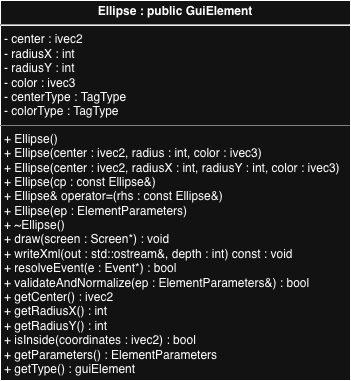
cgreen2048/ArtHuddle keeps this draw.io diagram as images/Ellipse_UML.png. Above is the earlier version. Source tidied: cells renumbered, new cells last; positions are measured from the earlier drawing's top-left corner, leaving out a move shared by most shapes.
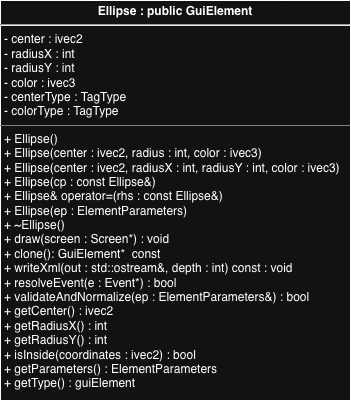
Later version of the same file.

Diff of the diagram source:
```diff
@@ -2,8 +2,8 @@
   <root>
     <mxCell id="0" />
     <mxCell id="1" parent="0" />
-    <mxCell id="2" value="&lt;p style=&quot;margin:0px;margin-top:4px;text-align:center;&quot;&gt;&lt;b&gt;Ellipse : public GuiElement&lt;/b&gt;&lt;/p&gt;&lt;hr&gt;&lt;p style=&quot;margin:0px;margin-left:4px;&quot;&gt;- center :&amp;nbsp;&lt;span style=&quot;background-color: transparent; color: light-dark(rgb(0, 0, 0), rgb(255, 255, 255));&quot;&gt;ivec2&lt;/span&gt;&lt;/p&gt;&lt;p style=&quot;margin:0px;margin-left:4px;&quot;&gt;- radiusX : int&lt;/p&gt;&lt;p style=&quot;margin:0px;margin-left:4px;&quot;&gt;- radiusY : int&lt;/p&gt;&lt;p style=&quot;margin:0px;margin-left:4px;&quot;&gt;- color : ivec3&lt;/p&gt;&lt;p style=&quot;margin:0px;margin-left:4px;&quot;&gt;- centerType :&amp;nbsp;&lt;span style=&quot;background-color: transparent; color: light-dark(rgb(0, 0, 0), rgb(255, 255, 255));&quot;&gt;TagType&lt;/span&gt;&lt;/p&gt;&lt;p style=&quot;margin:0px;margin-left:4px;&quot;&gt;- colorType : TagType&lt;/p&gt;&lt;hr size=&quot;1&quot; style=&quot;border-style:solid;&quot;&gt;&lt;p style=&quot;margin:0px;margin-left:4px;&quot;&gt;+ Ellipse()&lt;/p&gt;&lt;p style=&quot;margin:0px;margin-left:4px;&quot;&gt;&lt;span style=&quot;background-color: transparent; color: light-dark(rgb(0, 0, 0), rgb(255, 255, 255));&quot;&gt;+&lt;/span&gt;&lt;span style=&quot;background-color: transparent; color: light-dark(rgb(0, 0, 0), rgb(255, 255, 255));&quot;&gt;&amp;nbsp;&lt;/span&gt;Ellipse(center : ivec2, radius : int, color : ivec3)&lt;/p&gt;&lt;p style=&quot;margin:0px;margin-left:4px;&quot;&gt;&lt;span style=&quot;background-color: transparent; color: light-dark(rgb(0, 0, 0), rgb(255, 255, 255));&quot;&gt;+&lt;/span&gt;&lt;span style=&quot;background-color: transparent; color: light-dark(rgb(0, 0, 0), rgb(255, 255, 255));&quot;&gt;&amp;nbsp;&lt;/span&gt;Ellipse(center : ivec2, radiusX : int, radiusY : int, color : ivec3)&lt;/p&gt;&lt;p style=&quot;margin:0px;margin-left:4px;&quot;&gt;&lt;span style=&quot;background-color: transparent; color: light-dark(rgb(0, 0, 0), rgb(255, 255, 255));&quot;&gt;+&lt;/span&gt;&lt;span style=&quot;background-color: transparent; color: light-dark(rgb(0, 0, 0), rgb(255, 255, 255));&quot;&gt;&amp;nbsp;&lt;/span&gt;Ellipse(cp :&amp;nbsp;&lt;span style=&quot;background-color: transparent; color: light-dark(rgb(0, 0, 0), rgb(255, 255, 255));&quot;&gt;const Ellipse&amp;amp;&lt;/span&gt;&lt;span style=&quot;background-color: transparent; color: light-dark(rgb(0, 0, 0), rgb(255, 255, 255));&quot;&gt;)&lt;/span&gt;&lt;/p&gt;&lt;p style=&quot;margin:0px;margin-left:4px;&quot;&gt;&lt;span style=&quot;background-color: transparent; color: light-dark(rgb(0, 0, 0), rgb(255, 255, 255));&quot;&gt;+&lt;/span&gt;&lt;span style=&quot;background-color: transparent; color: light-dark(rgb(0, 0, 0), rgb(255, 255, 255));&quot;&gt;&amp;nbsp;&lt;/span&gt;Ellipse&amp;amp; operator=(rhs :&amp;nbsp;&lt;span style=&quot;background-color: transparent; color: light-dark(rgb(0, 0, 0), rgb(255, 255, 255));&quot;&gt;const Ellipse&amp;amp;&lt;/span&gt;&lt;span style=&quot;background-color: transparent; color: light-dark(rgb(0, 0, 0), rgb(255, 255, 255));&quot;&gt;)&lt;/span&gt;&lt;/p&gt;&lt;p style=&quot;margin:0px;margin-left:4px;&quot;&gt;&lt;span style=&quot;background-color: transparent; color: light-dark(rgb(0, 0, 0), rgb(255, 255, 255));&quot;&gt;+&lt;/span&gt;&lt;span style=&quot;background-color: transparent; color: light-dark(rgb(0, 0, 0), rgb(255, 255, 255));&quot;&gt;&amp;nbsp;&lt;/span&gt;Ellipse(ep :&amp;nbsp;&lt;span style=&quot;background-color: transparent; color: light-dark(rgb(0, 0, 0), rgb(255, 255, 255));&quot;&gt;ElementParameters&lt;/span&gt;&lt;span style=&quot;background-color: transparent; color: light-dark(rgb(0, 0, 0), rgb(255, 255, 255));&quot;&gt;)&lt;/span&gt;&lt;/p&gt;&lt;p style=&quot;margin:0px;margin-left:4px;&quot;&gt;&lt;span style=&quot;background-color: transparent; color: light-dark(rgb(0, 0, 0), rgb(255, 255, 255));&quot;&gt;+&lt;/span&gt;&lt;span style=&quot;background-color: transparent; color: light-dark(rgb(0, 0, 0), rgb(255, 255, 255));&quot;&gt;&amp;nbsp;&lt;/span&gt;~Ellipse()&lt;/p&gt;&lt;p style=&quot;margin:0px;margin-left:4px;&quot;&gt;&lt;span style=&quot;background-color: transparent; color: light-dark(rgb(0, 0, 0), rgb(255, 255, 255));&quot;&gt;+&lt;/span&gt;&lt;span style=&quot;background-color: transparent; color: light-dark(rgb(0, 0, 0), rgb(255, 255, 255));&quot;&gt;&amp;nbsp;&lt;/span&gt;draw(screen :&amp;nbsp;&lt;span style=&quot;background-color: transparent; color: light-dark(rgb(0, 0, 0), rgb(255, 255, 255));&quot;&gt;Screen*&lt;/span&gt;&lt;span style=&quot;background-color: transparent; color: light-dark(rgb(0, 0, 0), rgb(255, 255, 255));&quot;&gt;) : void&lt;/span&gt;&lt;/p&gt;&lt;p style=&quot;margin:0px;margin-left:4px;&quot;&gt;&lt;span style=&quot;background-color: transparent; color: light-dark(rgb(0, 0, 0), rgb(255, 255, 255));&quot;&gt;+&lt;/span&gt;&lt;span style=&quot;background-color: transparent; color: light-dark(rgb(0, 0, 0), rgb(255, 255, 255));&quot;&gt;&amp;nbsp;&lt;/span&gt;writeXml(out :&amp;nbsp;&lt;span style=&quot;background-color: transparent; color: light-dark(rgb(0, 0, 0), rgb(255, 255, 255));&quot;&gt;std::ostream&amp;amp;&lt;/span&gt;&lt;span style=&quot;background-color: transparent; color: light-dark(rgb(0, 0, 0), rgb(255, 255, 255));&quot;&gt;, depth :&amp;nbsp;&lt;/span&gt;&lt;span style=&quot;background-color: transparent; color: light-dark(rgb(0, 0, 0), rgb(255, 255, 255));&quot;&gt;int&lt;/span&gt;&lt;span style=&quot;background-color: transparent; color: light-dark(rgb(0, 0, 0), rgb(255, 255, 255));&quot;&gt;) const :&amp;nbsp;&lt;/span&gt;&lt;span style=&quot;background-color: transparent; color: light-dark(rgb(0, 0, 0), rgb(255, 255, 255));&quot;&gt;void&lt;/span&gt;&lt;/p&gt;&lt;p style=&quot;margin:0px;margin-left:4px;&quot;&gt;&lt;span style=&quot;background-color: transparent; color: light-dark(rgb(0, 0, 0), rgb(255, 255, 255));&quot;&gt;+&lt;/span&gt;&lt;span style=&quot;background-color: transparent; color: light-dark(rgb(0, 0, 0), rgb(255, 255, 255));&quot;&gt;&amp;nbsp;&lt;/span&gt;resolveEvent(e :&amp;nbsp;&lt;span style=&quot;background-color: transparent; color: light-dark(rgb(0, 0, 0), rgb(255, 255, 255));&quot;&gt;Event*&lt;/span&gt;&lt;span style=&quot;background-color: transparent; color: light-dark(rgb(0, 0, 0), rgb(255, 255, 255));&quot;&gt;) : bool&lt;/span&gt;&lt;/p&gt;&lt;p style=&quot;margin:0px;margin-left:4px;&quot;&gt;&lt;span style=&quot;background-color: transparent; color: light-dark(rgb(0, 0, 0), rgb(255, 255, 255));&quot;&gt;+&lt;/span&gt;&lt;span style=&quot;background-color: transparent; color: light-dark(rgb(0, 0, 0), rgb(255, 255, 255));&quot;&gt;&amp;nbsp;validateAndNormalize&lt;/span&gt;(ep :&amp;nbsp;&lt;span style=&quot;background-color: transparent; color: light-dark(rgb(0, 0, 0), rgb(255, 255, 255));&quot;&gt;ElementParameters&amp;amp;&lt;/span&gt;&lt;span style=&quot;background-color: transparent; color: light-dark(rgb(0, 0, 0), rgb(255, 255, 255));&quot;&gt;) : bool&lt;/span&gt;&lt;/p&gt;&lt;p style=&quot;margin:0px;margin-left:4px;&quot;&gt;&lt;span style=&quot;background-color: transparent; color: light-dark(rgb(0, 0, 0), rgb(255, 255, 255));&quot;&gt;+&lt;/span&gt;&lt;span style=&quot;background-color: transparent; color: light-dark(rgb(0, 0, 0), rgb(255, 255, 255));&quot;&gt;&amp;nbsp;&lt;/span&gt;getCenter() : ivec2&lt;/p&gt;&lt;p style=&quot;margin:0px;margin-left:4px;&quot;&gt;&lt;span style=&quot;background-color: transparent; color: light-dark(rgb(0, 0, 0), rgb(255, 255, 255));&quot;&gt;+&lt;/span&gt;&lt;span style=&quot;background-color: transparent; color: light-dark(rgb(0, 0, 0), rgb(255, 255, 255));&quot;&gt;&amp;nbsp;&lt;/span&gt;getRadiusX() : int&lt;/p&gt;&lt;p style=&quot;margin:0px;margin-left:4px;&quot;&gt;&lt;span style=&quot;background-color: transparent; color: light-dark(rgb(0, 0, 0), rgb(255, 255, 255));&quot;&gt;+&lt;/span&gt;&lt;span style=&quot;background-color: transparent; color: light-dark(rgb(0, 0, 0), rgb(255, 255, 255));&quot;&gt;&amp;nbsp;&lt;/span&gt;getRadiusY() : int&lt;/p&gt;&lt;p style=&quot;margin:0px;margin-left:4px;&quot;&gt;&lt;span style=&quot;background-color: transparent; color: light-dark(rgb(0, 0, 0), rgb(255, 255, 255));&quot;&gt;+&lt;/span&gt;&lt;span style=&quot;background-color: transparent; color: light-dark(rgb(0, 0, 0), rgb(255, 255, 255));&quot;&gt;&amp;nbsp;&lt;/span&gt;isInside(coordinates :&amp;nbsp;&lt;span style=&quot;background-color: transparent; color: light-dark(rgb(0, 0, 0), rgb(255, 255, 255));&quot;&gt;ivec2&lt;/span&gt;&lt;span style=&quot;background-color: transparent; color: light-dark(rgb(0, 0, 0), rgb(255, 255, 255));&quot;&gt;) : bool&lt;/span&gt;&lt;/p&gt;&lt;p style=&quot;margin: 0px 0px 0px 4px;&quot;&gt;&lt;span style=&quot;background-color: transparent;&quot;&gt;+ getParameters() : ElementParameters&lt;/span&gt;&lt;/p&gt;&lt;p style=&quot;margin: 0px 0px 0px 4px;&quot;&gt;&lt;span style=&quot;background-color: transparent;&quot;&gt;+ getType() : guiElement&lt;/span&gt;&lt;/p&gt;" style="verticalAlign=top;align=left;overflow=fill;html=1;whiteSpace=wrap;" parent="1" vertex="1">
-      <mxGeometry width="350" height="380" as="geometry" />
+    <mxCell id="2" value="&lt;p style=&quot;margin:0px;margin-top:4px;text-align:center;&quot;&gt;&lt;b&gt;Ellipse : public GuiElement&lt;/b&gt;&lt;/p&gt;&lt;hr&gt;&lt;p style=&quot;margin:0px;margin-left:4px;&quot;&gt;- center :&amp;nbsp;&lt;span style=&quot;background-color: transparent; color: light-dark(rgb(0, 0, 0), rgb(255, 255, 255));&quot;&gt;ivec2&lt;/span&gt;&lt;/p&gt;&lt;p style=&quot;margin:0px;margin-left:4px;&quot;&gt;- radiusX : int&lt;/p&gt;&lt;p style=&quot;margin:0px;margin-left:4px;&quot;&gt;- radiusY : int&lt;/p&gt;&lt;p style=&quot;margin:0px;margin-left:4px;&quot;&gt;- color : ivec3&lt;/p&gt;&lt;p style=&quot;margin:0px;margin-left:4px;&quot;&gt;- centerType :&amp;nbsp;&lt;span style=&quot;background-color: transparent; color: light-dark(rgb(0, 0, 0), rgb(255, 255, 255));&quot;&gt;TagType&lt;/span&gt;&lt;/p&gt;&lt;p style=&quot;margin:0px;margin-left:4px;&quot;&gt;- colorType : TagType&lt;/p&gt;&lt;hr size=&quot;1&quot; style=&quot;border-style:solid;&quot;&gt;&lt;p style=&quot;margin:0px;margin-left:4px;&quot;&gt;+ Ellipse()&lt;/p&gt;&lt;p style=&quot;margin:0px;margin-left:4px;&quot;&gt;&lt;span style=&quot;background-color: transparent; color: light-dark(rgb(0, 0, 0), rgb(255, 255, 255));&quot;&gt;+&lt;/span&gt;&lt;span style=&quot;background-color: transparent; color: light-dark(rgb(0, 0, 0), rgb(255, 255, 255));&quot;&gt;&amp;nbsp;&lt;/span&gt;Ellipse(center : ivec2, radius : int, color : ivec3)&lt;/p&gt;&lt;p style=&quot;margin:0px;margin-left:4px;&quot;&gt;&lt;span style=&quot;background-color: transparent; color: light-dark(rgb(0, 0, 0), rgb(255, 255, 255));&quot;&gt;+&lt;/span&gt;&lt;span style=&quot;background-color: transparent; color: light-dark(rgb(0, 0, 0), rgb(255, 255, 255));&quot;&gt;&amp;nbsp;&lt;/span&gt;Ellipse(center : ivec2, radiusX : int, radiusY : int, color : ivec3)&lt;/p&gt;&lt;p style=&quot;margin:0px;margin-left:4px;&quot;&gt;&lt;span style=&quot;background-color: transparent; color: light-dark(rgb(0, 0, 0), rgb(255, 255, 255));&quot;&gt;+&lt;/span&gt;&lt;span style=&quot;background-color: transparent; color: light-dark(rgb(0, 0, 0), rgb(255, 255, 255));&quot;&gt;&amp;nbsp;&lt;/span&gt;Ellipse(cp :&amp;nbsp;&lt;span style=&quot;background-color: transparent; color: light-dark(rgb(0, 0, 0), rgb(255, 255, 255));&quot;&gt;const Ellipse&amp;amp;&lt;/span&gt;&lt;span style=&quot;background-color: transparent; color: light-dark(rgb(0, 0, 0), rgb(255, 255, 255));&quot;&gt;)&lt;/span&gt;&lt;/p&gt;&lt;p style=&quot;margin:0px;margin-left:4px;&quot;&gt;&lt;span style=&quot;background-color: transparent; color: light-dark(rgb(0, 0, 0), rgb(255, 255, 255));&quot;&gt;+&lt;/span&gt;&lt;span style=&quot;background-color: transparent; color: light-dark(rgb(0, 0, 0), rgb(255, 255, 255));&quot;&gt;&amp;nbsp;&lt;/span&gt;Ellipse&amp;amp; operator=(rhs :&amp;nbsp;&lt;span style=&quot;background-color: transparent; color: light-dark(rgb(0, 0, 0), rgb(255, 255, 255));&quot;&gt;const Ellipse&amp;amp;&lt;/span&gt;&lt;span style=&quot;background-color: transparent; color: light-dark(rgb(0, 0, 0), rgb(255, 255, 255));&quot;&gt;)&lt;/span&gt;&lt;/p&gt;&lt;p style=&quot;margin:0px;margin-left:4px;&quot;&gt;&lt;span style=&quot;background-color: transparent; color: light-dark(rgb(0, 0, 0), rgb(255, 255, 255));&quot;&gt;+&lt;/span&gt;&lt;span style=&quot;background-color: transparent; color: light-dark(rgb(0, 0, 0), rgb(255, 255, 255));&quot;&gt;&amp;nbsp;&lt;/span&gt;Ellipse(ep :&amp;nbsp;&lt;span style=&quot;background-color: transparent; color: light-dark(rgb(0, 0, 0), rgb(255, 255, 255));&quot;&gt;ElementParameters&lt;/span&gt;&lt;span style=&quot;background-color: transparent; color: light-dark(rgb(0, 0, 0), rgb(255, 255, 255));&quot;&gt;)&lt;/span&gt;&lt;/p&gt;&lt;p style=&quot;margin:0px;margin-left:4px;&quot;&gt;&lt;span style=&quot;background-color: transparent; color: light-dark(rgb(0, 0, 0), rgb(255, 255, 255));&quot;&gt;+&lt;/span&gt;&lt;span style=&quot;background-color: transparent; color: light-dark(rgb(0, 0, 0), rgb(255, 255, 255));&quot;&gt;&amp;nbsp;&lt;/span&gt;~Ellipse()&lt;/p&gt;&lt;p style=&quot;margin:0px;margin-left:4px;&quot;&gt;&lt;span style=&quot;background-color: transparent; color: light-dark(rgb(0, 0, 0), rgb(255, 255, 255));&quot;&gt;+&lt;/span&gt;&lt;span style=&quot;background-color: transparent; color: light-dark(rgb(0, 0, 0), rgb(255, 255, 255));&quot;&gt;&amp;nbsp;&lt;/span&gt;draw(screen :&amp;nbsp;&lt;span style=&quot;background-color: transparent; color: light-dark(rgb(0, 0, 0), rgb(255, 255, 255));&quot;&gt;Screen*&lt;/span&gt;&lt;span style=&quot;background-color: transparent; color: light-dark(rgb(0, 0, 0), rgb(255, 255, 255));&quot;&gt;) : void&lt;/span&gt;&lt;/p&gt;&lt;p style=&quot;margin:0px;margin-left:4px;&quot;&gt;+ clone(): GuiElement*&amp;nbsp; const&amp;nbsp;&lt;span style=&quot;background-color: transparent; color: light-dark(rgb(0, 0, 0), rgb(255, 255, 255));&quot;&gt;&lt;/span&gt;&lt;/p&gt;&lt;p style=&quot;margin:0px;margin-left:4px;&quot;&gt;&lt;span style=&quot;background-color: transparent; color: light-dark(rgb(0, 0, 0), rgb(255, 255, 255));&quot;&gt;+&lt;/span&gt;&lt;span style=&quot;background-color: transparent; color: light-dark(rgb(0, 0, 0), rgb(255, 255, 255));&quot;&gt;&amp;nbsp;&lt;/span&gt;writeXml(out :&amp;nbsp;&lt;span style=&quot;background-color: transparent; color: light-dark(rgb(0, 0, 0), rgb(255, 255, 255));&quot;&gt;std::ostream&amp;amp;&lt;/span&gt;&lt;span style=&quot;background-color: transparent; color: light-dark(rgb(0, 0, 0), rgb(255, 255, 255));&quot;&gt;, depth :&amp;nbsp;&lt;/span&gt;&lt;span style=&quot;background-color: transparent; color: light-dark(rgb(0, 0, 0), rgb(255, 255, 255));&quot;&gt;int&lt;/span&gt;&lt;span style=&quot;background-color: transparent; color: light-dark(rgb(0, 0, 0), rgb(255, 255, 255));&quot;&gt;) const :&amp;nbsp;&lt;/span&gt;&lt;span style=&quot;background-color: transparent; color: light-dark(rgb(0, 0, 0), rgb(255, 255, 255));&quot;&gt;void&lt;/span&gt;&lt;/p&gt;&lt;p style=&quot;margin:0px;margin-left:4px;&quot;&gt;&lt;span style=&quot;background-color: transparent; color: light-dark(rgb(0, 0, 0), rgb(255, 255, 255));&quot;&gt;+&lt;/span&gt;&lt;span style=&quot;background-color: transparent; color: light-dark(rgb(0, 0, 0), rgb(255, 255, 255));&quot;&gt;&amp;nbsp;&lt;/span&gt;resolveEvent(e :&amp;nbsp;&lt;span style=&quot;background-color: transparent; color: light-dark(rgb(0, 0, 0), rgb(255, 255, 255));&quot;&gt;Event*&lt;/span&gt;&lt;span style=&quot;background-color: transparent; color: light-dark(rgb(0, 0, 0), rgb(255, 255, 255));&quot;&gt;) : bool&lt;/span&gt;&lt;/p&gt;&lt;p style=&quot;margin:0px;margin-left:4px;&quot;&gt;&lt;span style=&quot;background-color: transparent; color: light-dark(rgb(0, 0, 0), rgb(255, 255, 255));&quot;&gt;+&lt;/span&gt;&lt;span style=&quot;background-color: transparent; color: light-dark(rgb(0, 0, 0), rgb(255, 255, 255));&quot;&gt;&amp;nbsp;validateAndNormalize&lt;/span&gt;(ep :&amp;nbsp;&lt;span style=&quot;background-color: transparent; color: light-dark(rgb(0, 0, 0), rgb(255, 255, 255));&quot;&gt;ElementParameters&amp;amp;&lt;/span&gt;&lt;span style=&quot;background-color: transparent; color: light-dark(rgb(0, 0, 0), rgb(255, 255, 255));&quot;&gt;) : bool&lt;/span&gt;&lt;/p&gt;&lt;p style=&quot;margin:0px;margin-left:4px;&quot;&gt;&lt;span style=&quot;background-color: transparent; color: light-dark(rgb(0, 0, 0), rgb(255, 255, 255));&quot;&gt;+&lt;/span&gt;&lt;span style=&quot;background-color: transparent; color: light-dark(rgb(0, 0, 0), rgb(255, 255, 255));&quot;&gt;&amp;nbsp;&lt;/span&gt;getCenter() : ivec2&lt;/p&gt;&lt;p style=&quot;margin:0px;margin-left:4px;&quot;&gt;&lt;span style=&quot;background-color: transparent; color: light-dark(rgb(0, 0, 0), rgb(255, 255, 255));&quot;&gt;+&lt;/span&gt;&lt;span style=&quot;background-color: transparent; color: light-dark(rgb(0, 0, 0), rgb(255, 255, 255));&quot;&gt;&amp;nbsp;&lt;/span&gt;getRadiusX() : int&lt;/p&gt;&lt;p style=&quot;margin:0px;margin-left:4px;&quot;&gt;&lt;span style=&quot;background-color: transparent; color: light-dark(rgb(0, 0, 0), rgb(255, 255, 255));&quot;&gt;+&lt;/span&gt;&lt;span style=&quot;background-color: transparent; color: light-dark(rgb(0, 0, 0), rgb(255, 255, 255));&quot;&gt;&amp;nbsp;&lt;/span&gt;getRadiusY() : int&lt;/p&gt;&lt;p style=&quot;margin:0px;margin-left:4px;&quot;&gt;&lt;span style=&quot;background-color: transparent; color: light-dark(rgb(0, 0, 0), rgb(255, 255, 255));&quot;&gt;+&lt;/span&gt;&lt;span style=&quot;background-color: transparent; color: light-dark(rgb(0, 0, 0), rgb(255, 255, 255));&quot;&gt;&amp;nbsp;&lt;/span&gt;isInside(coordinates :&amp;nbsp;&lt;span style=&quot;background-color: transparent; color: light-dark(rgb(0, 0, 0), rgb(255, 255, 255));&quot;&gt;ivec2&lt;/span&gt;&lt;span style=&quot;background-color: transparent; color: light-dark(rgb(0, 0, 0), rgb(255, 255, 255));&quot;&gt;) : bool&lt;/span&gt;&lt;/p&gt;&lt;p style=&quot;margin: 0px 0px 0px 4px;&quot;&gt;&lt;span style=&quot;background-color: transparent;&quot;&gt;+ getParameters() : ElementParameters&lt;/span&gt;&lt;/p&gt;&lt;p style=&quot;margin: 0px 0px 0px 4px;&quot;&gt;&lt;span style=&quot;background-color: transparent;&quot;&gt;+ getType() : guiElement&lt;/span&gt;&lt;/p&gt;" style="verticalAlign=top;align=left;overflow=fill;html=1;whiteSpace=wrap;" parent="1" vertex="1">
+      <mxGeometry width="350" height="400" as="geometry" />
     </mxCell>
   </root>
 </mxGraphModel>
```
